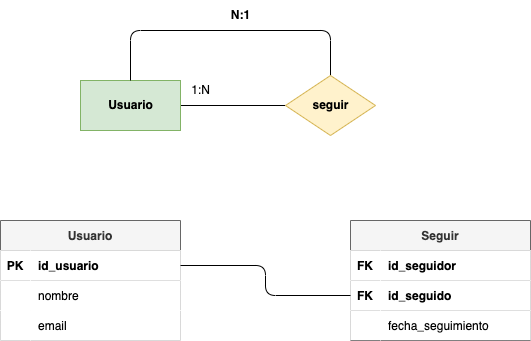
Before: tareas/tarea-3/images/ejercicio8.drawio.png, a diagram exported from draw.io (deylansystem/actividadesBAE). Source tidied: cells renumbered, new cells last; positions are measured from the earlier drawing's top-left corner, leaving out a move shared by most shapes. Source of this version:
```xml
<mxGraphModel>
  <root>
    <mxCell id="0" />
    <mxCell id="1" parent="0" />
    <mxCell id="2" style="edgeStyle=none;html=1;exitX=1;exitY=0.5;exitDx=0;exitDy=0;entryX=0;entryY=0.5;entryDx=0;entryDy=0;endArrow=none;endFill=0;" parent="1" edge="1" source="3" target="5">
      <mxGeometry relative="1" as="geometry" />
    </mxCell>
    <mxCell id="3" value="&lt;font color=&quot;#000000&quot;&gt;&lt;b&gt;Usuario&lt;/b&gt;&lt;/font&gt;" style="html=1;dashed=0;whitespace=wrap;fillColor=#d5e8d4;strokeColor=#82b366;" parent="1" vertex="1">
      <mxGeometry x="80" y="80" width="100" height="50" as="geometry" />
    </mxCell>
    <mxCell id="4" style="edgeStyle=orthogonalEdgeStyle;html=1;exitX=0.5;exitY=0;exitDx=0;exitDy=0;entryX=0.5;entryY=0;entryDx=0;entryDy=0;fontColor=#030303;endArrow=none;endFill=0;" parent="1" edge="1" source="5" target="3">
      <mxGeometry relative="1" as="geometry">
        <Array as="points">
          <mxPoint x="330" y="30" />
          <mxPoint x="130" y="30" />
        </Array>
      </mxGeometry>
    </mxCell>
    <mxCell id="5" value="&lt;b&gt;&lt;font color=&quot;#000000&quot;&gt;seguir&lt;/font&gt;&lt;/b&gt;" style="shape=rhombus;html=1;dashed=0;whitespace=wrap;perimeter=rhombusPerimeter;fillColor=#fff2cc;strokeColor=#d6b656;" parent="1" vertex="1">
      <mxGeometry x="285" y="75" width="90" height="60" as="geometry" />
    </mxCell>
    <mxCell id="6" value="&lt;b&gt;N:1&lt;/b&gt;" style="text;html=1;align=center;verticalAlign=middle;strokeColor=none;fillColor=none;" parent="1" vertex="1">
      <mxGeometry x="220" width="40" height="30" as="geometry" />
    </mxCell>
    <mxCell id="7" value="1:N" style="text;html=1;align=center;verticalAlign=middle;strokeColor=none;fillColor=none;" parent="1" vertex="1">
      <mxGeometry x="180" y="75" width="40" height="30" as="geometry" />
    </mxCell>
    <mxCell id="8" value="Usuario" style="shape=table;startSize=30;rowLines=0;fontStyle=1;align=center;fillColor=#f5f5f5;strokeColor=#666666;fontColor=#333333;" parent="1" vertex="1">
      <mxGeometry y="220" width="180" height="120" as="geometry" />
    </mxCell>
    <mxCell id="9" style="shape=tableRow;horizontal=0;startSize=0;swimlaneHead=0;swimlaneBody=0;fillColor=#FFFFFF;points=[[0,0.5],[1,0.5]];portConstraint=eastwest;top=0;left=0;right=0;bottom=1;fontColor=#000000;" parent="8" vertex="1">
      <mxGeometry y="30" width="180" height="30" as="geometry" />
    </mxCell>
    <mxCell id="10" value="PK" style="shape=partialRectangle;fillColor=#FFFFFF;top=0;left=0;bottom=0;right=0;fontStyle=1;overflow=hidden;fontColor=#000000;" parent="9" vertex="1">
      <mxGeometry width="30" height="30" as="geometry" />
    </mxCell>
    <mxCell id="11" value="id_usuario" style="shape=partialRectangle;fillColor=#FFFFFF;top=0;left=0;bottom=0;right=0;align=left;spacingLeft=6;fontStyle=1;overflow=hidden;fontColor=#000000;" parent="9" vertex="1">
      <mxGeometry x="30" width="150" height="30" as="geometry" />
    </mxCell>
    <mxCell id="12" style="shape=tableRow;horizontal=0;startSize=0;swimlaneHead=0;swimlaneBody=0;fillColor=#FFFFFF;top=0;left=0;right=0;bottom=0;fontColor=#000000;" parent="8" vertex="1">
      <mxGeometry y="60" width="180" height="30" as="geometry" />
    </mxCell>
    <mxCell id="13" style="shape=partialRectangle;fillColor=#FFFFFF;top=0;left=0;bottom=0;right=0;overflow=hidden;fontColor=#000000;" parent="12" vertex="1">
      <mxGeometry width="30" height="30" as="geometry" />
    </mxCell>
    <mxCell id="14" value="nombre" style="shape=partialRectangle;fillColor=#FFFFFF;top=0;left=0;bottom=0;right=0;align=left;spacingLeft=6;overflow=hidden;fontColor=#000000;" parent="12" vertex="1">
      <mxGeometry x="30" width="150" height="30" as="geometry" />
    </mxCell>
    <mxCell id="15" style="shape=tableRow;horizontal=0;startSize=0;swimlaneHead=0;swimlaneBody=0;fillColor=#FFFFFF;top=0;left=0;right=0;bottom=0;fontColor=#000000;" parent="8" vertex="1">
      <mxGeometry y="90" width="180" height="30" as="geometry" />
    </mxCell>
    <mxCell id="16" style="shape=partialRectangle;fillColor=#FFFFFF;top=0;left=0;bottom=0;right=0;overflow=hidden;fontColor=#000000;" parent="15" vertex="1">
      <mxGeometry width="30" height="30" as="geometry" />
    </mxCell>
    <mxCell id="17" value="email" style="shape=partialRectangle;fillColor=#FFFFFF;top=0;left=0;bottom=0;right=0;align=left;spacingLeft=6;overflow=hidden;fontColor=#000000;" parent="15" vertex="1">
      <mxGeometry x="30" width="150" height="30" as="geometry" />
    </mxCell>
    <mxCell id="18" value="Seguir" style="shape=table;startSize=30;rowLines=0;fontStyle=1;align=center;fillColor=#f5f5f5;strokeColor=#666666;fontColor=#333333;" parent="1" vertex="1">
      <mxGeometry x="350" y="220" width="180" height="120" as="geometry" />
    </mxCell>
    <mxCell id="19" style="shape=tableRow;horizontal=0;startSize=0;swimlaneHead=0;swimlaneBody=0;fillColor=#FFFFFF;top=0;left=0;right=0;bottom=1;fontColor=#000000;" parent="18" vertex="1">
      <mxGeometry y="30" width="180" height="30" as="geometry" />
    </mxCell>
    <mxCell id="20" value="FK" style="shape=partialRectangle;fillColor=#FFFFFF;top=0;left=0;bottom=0;right=0;fontStyle=1;overflow=hidden;fontColor=#000000;" parent="19" vertex="1">
      <mxGeometry width="30" height="30" as="geometry" />
    </mxCell>
    <mxCell id="21" value="id_seguidor" style="shape=partialRectangle;fillColor=#FFFFFF;top=0;left=0;bottom=0;right=0;align=left;spacingLeft=6;fontStyle=1;overflow=hidden;fontColor=#000000;" parent="19" vertex="1">
      <mxGeometry x="30" width="150" height="30" as="geometry" />
    </mxCell>
    <mxCell id="22" style="shape=tableRow;horizontal=0;startSize=0;swimlaneHead=0;swimlaneBody=0;fillColor=#FFFFFF;points=[[0,0.5],[1,0.5]];portConstraint=eastwest;top=0;left=0;right=0;bottom=1;fontColor=#000000;" parent="18" vertex="1">
      <mxGeometry y="60" width="180" height="30" as="geometry" />
    </mxCell>
    <mxCell id="23" value="FK" style="shape=partialRectangle;fillColor=#FFFFFF;top=0;left=0;bottom=0;right=0;fontStyle=1;overflow=hidden;fontColor=#000000;" parent="22" vertex="1">
      <mxGeometry width="30" height="30" as="geometry" />
    </mxCell>
    <mxCell id="24" value="id_seguido" style="shape=partialRectangle;fillColor=#FFFFFF;top=0;left=0;bottom=0;right=0;align=left;spacingLeft=6;fontStyle=1;overflow=hidden;fontColor=#000000;" parent="22" vertex="1">
      <mxGeometry x="30" width="150" height="30" as="geometry" />
    </mxCell>
    <mxCell id="25" style="shape=tableRow;horizontal=0;startSize=0;swimlaneHead=0;swimlaneBody=0;fillColor=#FFFFFF;top=0;left=0;right=0;bottom=1;fontColor=#000000;" parent="18" vertex="1">
      <mxGeometry y="90" width="180" height="30" as="geometry" />
    </mxCell>
    <mxCell id="26" style="shape=partialRectangle;fillColor=#FFFFFF;top=0;left=0;bottom=0;right=0;fontStyle=1;overflow=hidden;fontColor=#000000;" parent="25" vertex="1">
      <mxGeometry width="30" height="30" as="geometry" />
    </mxCell>
    <mxCell id="27" value="fecha_seguimiento" style="shape=partialRectangle;fillColor=#FFFFFF;top=0;left=0;bottom=0;right=0;align=left;spacingLeft=6;fontStyle=0;overflow=hidden;fontColor=#000000;" parent="25" vertex="1">
      <mxGeometry x="30" width="150" height="30" as="geometry" />
    </mxCell>
    <mxCell id="28" style="edgeStyle=orthogonalEdgeStyle;html=1;exitX=1;exitY=0.5;exitDx=0;exitDy=0;entryX=0;entryY=0.5;entryDx=0;entryDy=0;endArrow=none;endFill=0;" parent="1" edge="1" source="9" target="22">
      <mxGeometry relative="1" as="geometry" />
    </mxCell>
  </root>
</mxGraphModel>
```
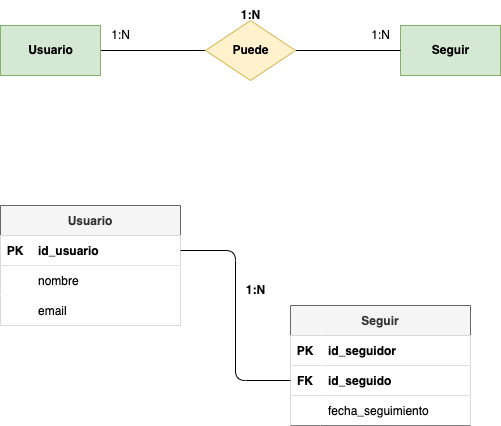
After the change.

What changed in the source:
```diff
@@ -2,31 +2,8 @@
   <root>
     <mxCell id="0" />
     <mxCell id="1" parent="0" />
-    <mxCell id="2" style="edgeStyle=none;html=1;exitX=1;exitY=0.5;exitDx=0;exitDy=0;entryX=0;entryY=0.5;entryDx=0;entryDy=0;endArrow=none;endFill=0;" parent="1" edge="1" source="3" target="5">
-      <mxGeometry relative="1" as="geometry" />
-    </mxCell>
-    <mxCell id="3" value="&lt;font color=&quot;#000000&quot;&gt;&lt;b&gt;Usuario&lt;/b&gt;&lt;/font&gt;" style="html=1;dashed=0;whitespace=wrap;fillColor=#d5e8d4;strokeColor=#82b366;" parent="1" vertex="1">
-      <mxGeometry x="80" y="80" width="100" height="50" as="geometry" />
-    </mxCell>
-    <mxCell id="4" style="edgeStyle=orthogonalEdgeStyle;html=1;exitX=0.5;exitY=0;exitDx=0;exitDy=0;entryX=0.5;entryY=0;entryDx=0;entryDy=0;fontColor=#030303;endArrow=none;endFill=0;" parent="1" edge="1" source="5" target="3">
-      <mxGeometry relative="1" as="geometry">
-        <Array as="points">
-          <mxPoint x="330" y="30" />
-          <mxPoint x="130" y="30" />
-        </Array>
-      </mxGeometry>
-    </mxCell>
-    <mxCell id="5" value="&lt;b&gt;&lt;font color=&quot;#000000&quot;&gt;seguir&lt;/font&gt;&lt;/b&gt;" style="shape=rhombus;html=1;dashed=0;whitespace=wrap;perimeter=rhombusPerimeter;fillColor=#fff2cc;strokeColor=#d6b656;" parent="1" vertex="1">
-      <mxGeometry x="285" y="75" width="90" height="60" as="geometry" />
-    </mxCell>
-    <mxCell id="6" value="&lt;b&gt;N:1&lt;/b&gt;" style="text;html=1;align=center;verticalAlign=middle;strokeColor=none;fillColor=none;" parent="1" vertex="1">
-      <mxGeometry x="220" width="40" height="30" as="geometry" />
-    </mxCell>
-    <mxCell id="7" value="1:N" style="text;html=1;align=center;verticalAlign=middle;strokeColor=none;fillColor=none;" parent="1" vertex="1">
-      <mxGeometry x="180" y="75" width="40" height="30" as="geometry" />
-    </mxCell>
     <mxCell id="8" value="Usuario" style="shape=table;startSize=30;rowLines=0;fontStyle=1;align=center;fillColor=#f5f5f5;strokeColor=#666666;fontColor=#333333;" parent="1" vertex="1">
-      <mxGeometry y="220" width="180" height="120" as="geometry" />
+      <mxGeometry x="80" y="260" width="180" height="120" as="geometry" />
     </mxCell>
     <mxCell id="9" style="shape=tableRow;horizontal=0;startSize=0;swimlaneHead=0;swimlaneBody=0;fillColor=#FFFFFF;points=[[0,0.5],[1,0.5]];portConstraint=eastwest;top=0;left=0;right=0;bottom=1;fontColor=#000000;" parent="8" vertex="1">
       <mxGeometry y="30" width="180" height="30" as="geometry" />
@@ -56,12 +33,12 @@
       <mxGeometry x="30" width="150" height="30" as="geometry" />
     </mxCell>
     <mxCell id="18" value="Seguir" style="shape=table;startSize=30;rowLines=0;fontStyle=1;align=center;fillColor=#f5f5f5;strokeColor=#666666;fontColor=#333333;" parent="1" vertex="1">
-      <mxGeometry x="350" y="220" width="180" height="120" as="geometry" />
+      <mxGeometry x="370" y="360" width="180" height="120" as="geometry" />
     </mxCell>
     <mxCell id="19" style="shape=tableRow;horizontal=0;startSize=0;swimlaneHead=0;swimlaneBody=0;fillColor=#FFFFFF;top=0;left=0;right=0;bottom=1;fontColor=#000000;" parent="18" vertex="1">
       <mxGeometry y="30" width="180" height="30" as="geometry" />
     </mxCell>
-    <mxCell id="20" value="FK" style="shape=partialRectangle;fillColor=#FFFFFF;top=0;left=0;bottom=0;right=0;fontStyle=1;overflow=hidden;fontColor=#000000;" parent="19" vertex="1">
+    <mxCell id="20" value="PK" style="shape=partialRectangle;fillColor=#FFFFFF;top=0;left=0;bottom=0;right=0;fontStyle=1;overflow=hidden;fontColor=#000000;" parent="19" vertex="1">
       <mxGeometry width="30" height="30" as="geometry" />
     </mxCell>
     <mxCell id="21" value="id_seguidor" style="shape=partialRectangle;fillColor=#FFFFFF;top=0;left=0;bottom=0;right=0;align=left;spacingLeft=6;fontStyle=1;overflow=hidden;fontColor=#000000;" parent="19" vertex="1">
@@ -88,5 +65,32 @@
     <mxCell id="28" style="edgeStyle=orthogonalEdgeStyle;html=1;exitX=1;exitY=0.5;exitDx=0;exitDy=0;entryX=0;entryY=0.5;entryDx=0;entryDy=0;endArrow=none;endFill=0;" parent="1" edge="1" source="9" target="22">
       <mxGeometry relative="1" as="geometry" />
     </mxCell>
+    <mxCell id="29" value="1:N" style="text;html=1;align=center;verticalAlign=middle;strokeColor=none;fillColor=none;fontStyle=1;" parent="1" vertex="1">
+      <mxGeometry x="315" y="330" width="40" height="30" as="geometry" />
+    </mxCell>
+    <mxCell id="30" style="edgeStyle=none;html=1;exitX=1;exitY=0.5;exitDx=0;exitDy=0;entryX=0;entryY=0.5;entryDx=0;entryDy=0;endArrow=none;endFill=0;" parent="1" edge="1" source="3" target="33">
+      <mxGeometry relative="1" as="geometry" />
+    </mxCell>
+    <mxCell id="3" value="&lt;b&gt;&lt;font color=&quot;#000000&quot;&gt;Usuario&lt;/font&gt;&lt;/b&gt;" style="html=1;dashed=0;whitespace=wrap;fillColor=#d5e8d4;strokeColor=#82b366;" parent="1" vertex="1">
+      <mxGeometry x="80" y="80" width="100" height="50" as="geometry" />
+    </mxCell>
+    <mxCell id="31" value="&lt;b&gt;&lt;font color=&quot;#000000&quot;&gt;Seguir&lt;/font&gt;&lt;/b&gt;" style="html=1;dashed=0;whitespace=wrap;fillColor=#d5e8d4;strokeColor=#82b366;" parent="1" vertex="1">
+      <mxGeometry x="480" y="80" width="100" height="50" as="geometry" />
+    </mxCell>
+    <mxCell id="32" style="edgeStyle=none;html=1;exitX=1;exitY=0.5;exitDx=0;exitDy=0;entryX=0;entryY=0.5;entryDx=0;entryDy=0;endArrow=none;endFill=0;" parent="1" edge="1" source="33" target="31">
+      <mxGeometry relative="1" as="geometry" />
+    </mxCell>
+    <mxCell id="33" value="&lt;font color=&quot;#000000&quot;&gt;&lt;b&gt;Puede&lt;/b&gt;&lt;/font&gt;" style="shape=rhombus;html=1;dashed=0;whitespace=wrap;perimeter=rhombusPerimeter;fillColor=#fff2cc;strokeColor=#d6b656;" parent="1" vertex="1">
+      <mxGeometry x="285" y="75" width="90" height="60" as="geometry" />
+    </mxCell>
+    <mxCell id="34" value="&lt;b&gt;1:N&lt;/b&gt;" style="text;html=1;align=center;verticalAlign=middle;strokeColor=none;fillColor=none;" parent="1" vertex="1">
+      <mxGeometry x="310" y="55" width="40" height="30" as="geometry" />
+    </mxCell>
+    <mxCell id="7" value="1:N" style="text;html=1;align=center;verticalAlign=middle;strokeColor=none;fillColor=none;" parent="1" vertex="1">
+      <mxGeometry x="180" y="75" width="40" height="30" as="geometry" />
+    </mxCell>
+    <mxCell id="35" value="1:N" style="text;html=1;align=center;verticalAlign=middle;strokeColor=none;fillColor=none;" parent="1" vertex="1">
+      <mxGeometry x="440" y="75" width="40" height="30" as="geometry" />
+    </mxCell>
   </root>
 </mxGraphModel>
```
